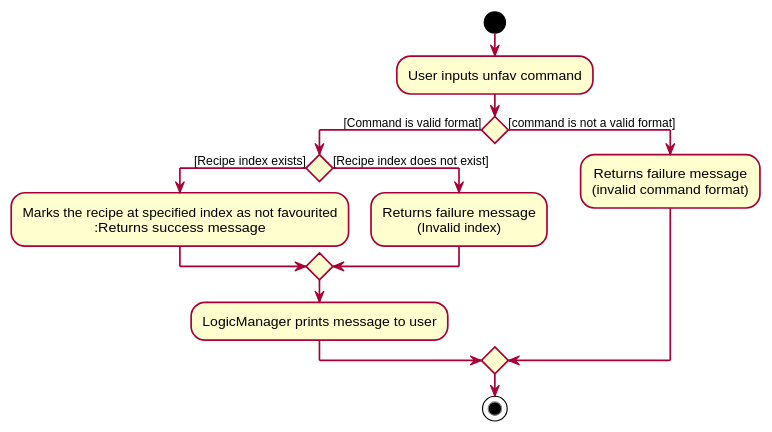
Above: docs/images/UnfavActivityDiagram.svg in nus-cs2103-AY1920S2/addressbook-level3 (PlantUML), before the change.
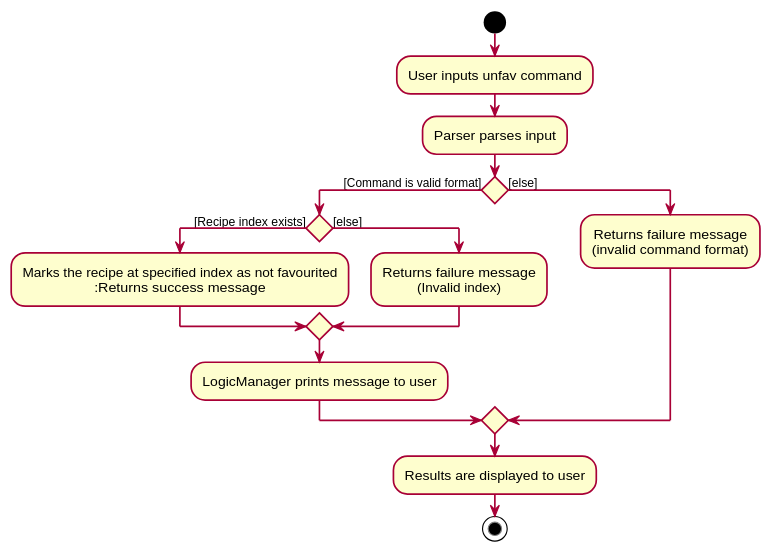
After the commit.

What changed in the source:
```diff
@@ -52,22 +52,26 @@
 start
 :User inputs unfav command;
 
+:Parser parses input;
+
 If () then ([Command is valid format])
 
 If () then ([Recipe index exists])
     :Marks the recipe at specified index as not favourited
     :Returns success message;
-else ([Recipe index does not exist])
+else ([else])
     :Returns failure message
     (Invalid index);
 endif
 :LogicManager prints message to user;
 
-else ([command is not a valid format])
+else ([else])
     :Returns failure message
     (invalid command format);
 
 endif
 
+:Results are displayed to user;
+
 stop
 @enduml
```
